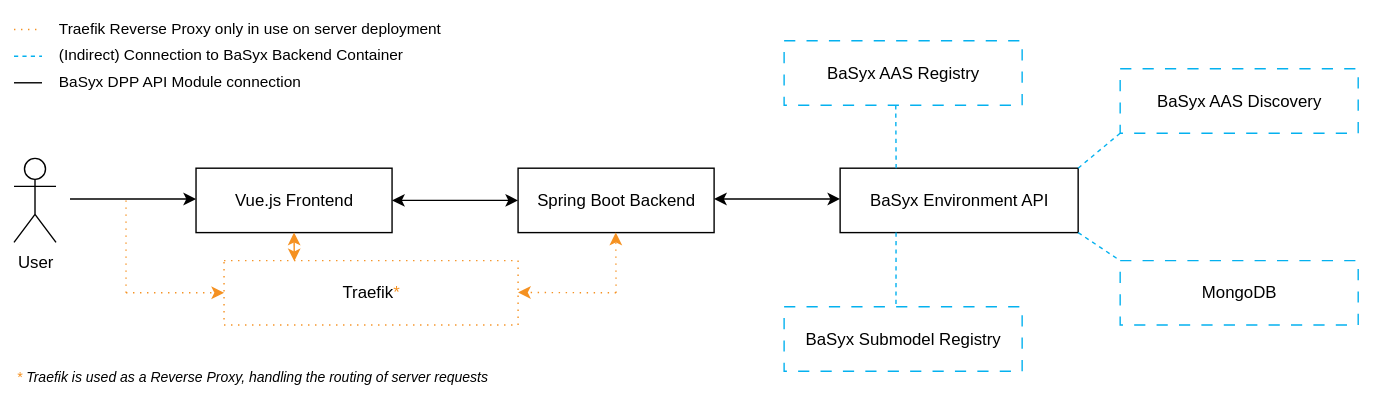
Earlier version of the draw.io export PROJECT/SAS/src/grey-box-view/TINF24F_SAS_Team_6_Grey-Box-View_R10.drawio.svg (DHBW-TINF24F/Team6-BaSyx-DPP-API). Source tidied: cells renumbered, new cells last; positions are measured from the earlier drawing's top-left corner, leaving out a move shared by most shapes.
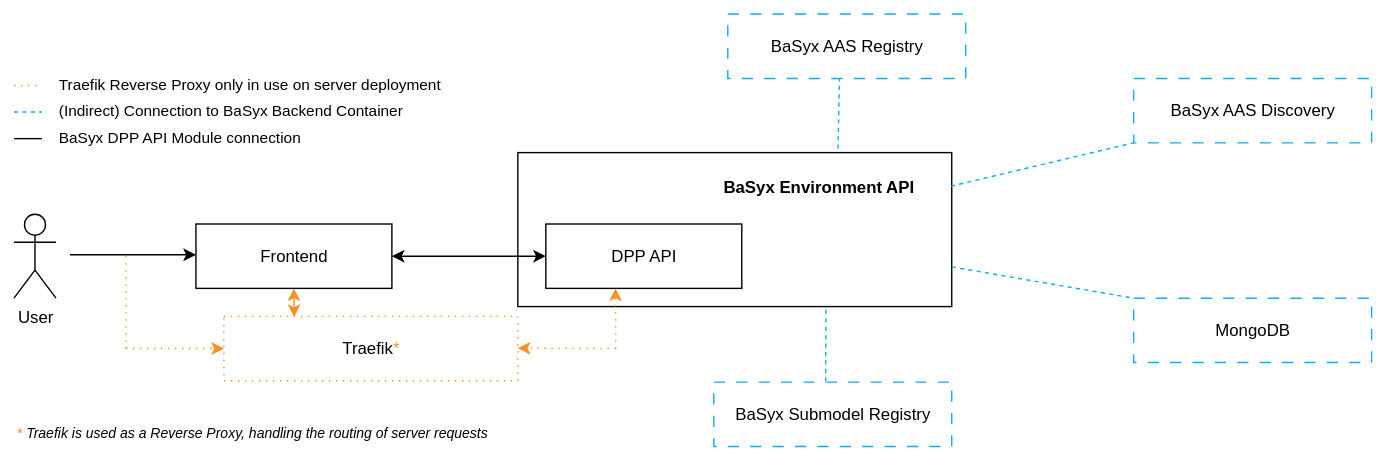
Above is the later version.

Change to the diagram source:
```diff
@@ -2,6 +2,9 @@
   <root>
     <mxCell id="0" />
     <mxCell id="1" parent="0" />
+    <mxCell id="33" style="rounded=0;whiteSpace=wrap;html=1;" parent="1" vertex="1">
+      <mxGeometry x="360" y="59" width="310" height="110" as="geometry" />
+    </mxCell>
     <mxCell id="2" value="User" style="shape=umlActor;verticalLabelPosition=bottom;verticalAlign=top;html=1;" parent="1" vertex="1">
       <mxGeometry y="103" width="30" height="60" as="geometry" />
     </mxCell>
@@ -11,23 +14,15 @@
         <mxPoint x="130" y="132" as="targetPoint" />
       </mxGeometry>
     </mxCell>
-    <mxCell id="4" value="Vue.js Frontend" style="rounded=0;whiteSpace=wrap;html=1;" parent="1" vertex="1">
+    <mxCell id="4" value="Frontend" style="rounded=0;whiteSpace=wrap;html=1;" parent="1" vertex="1">
       <mxGeometry x="130" y="110" width="140" height="46" as="geometry" />
     </mxCell>
     <mxCell id="5" style="endArrow=classic;startArrow=classic;html=1;rounded=0;exitX=1;exitY=0.5;exitDx=0;exitDy=0;entryX=0;entryY=0.5;entryDx=0;entryDy=0;" parent="1" edge="1" source="4" target="6">
       <mxGeometry relative="1" as="geometry" />
     </mxCell>
-    <mxCell id="6" value="Spring Boot Backend" style="rounded=0;whiteSpace=wrap;html=1;" parent="1" vertex="1">
-      <mxGeometry x="360" y="110" width="140" height="46" as="geometry" />
+    <mxCell id="6" value="DPP API" style="rounded=0;whiteSpace=wrap;html=1;" parent="1" vertex="1">
+      <mxGeometry x="380" y="110" width="140" height="46" as="geometry" />
     </mxCell>
-    <mxCell id="7" style="endArrow=classic;startArrow=classic;html=1;rounded=0;entryX=0;entryY=0.478;entryDx=0;entryDy=0;entryPerimeter=0;" parent="1" edge="1" target="8">
-      <mxGeometry relative="1" as="geometry">
-        <mxPoint x="500" y="132" as="sourcePoint" />
-      </mxGeometry>
-    </mxCell>
-    <mxCell id="8" value="BaSyx Environment API" style="rounded=0;whiteSpace=wrap;html=1;" parent="1" vertex="1">
-      <mxGeometry x="590" y="110" width="170" height="46" as="geometry" />
-    </mxCell>
     <mxCell id="9" style="endArrow=none;html=1;rounded=0;shadow=0;flowAnimation=0;curved=0;jumpSize=6;dashed=1;dashPattern=1 4;strokeColor=#F59121;" parent="1" edge="1">
       <mxGeometry relative="1" as="geometry">
         <mxPoint x="80" y="199" as="sourcePoint" />
@@ -58,30 +53,28 @@
     <mxCell id="14" style="endArrow=classic;startArrow=classic;html=1;rounded=0;entryX=0.5;entryY=1;entryDx=0;entryDy=0;exitX=0.239;exitY=0.01;exitDx=0;exitDy=0;exitPerimeter=0;strokeColor=#F59121;" parent="1" edge="1" source="11" target="4">
       <mxGeometry relative="1" as="geometry" />
     </mxCell>
-    <mxCell id="15" style="endArrow=none;dashed=1;html=1;rounded=0;entryX=0.469;entryY=1;entryDx=0;entryDy=0;entryPerimeter=0;strokeColor=#04B1EF;" parent="1" edge="1" target="16">
-      <mxGeometry relative="1" as="geometry">
-        <mxPoint x="630" y="110" as="sourcePoint" />
-      </mxGeometry>
+    <mxCell id="15" style="endArrow=none;dashed=1;html=1;rounded=0;entryX=0.469;entryY=1;entryDx=0;entryDy=0;entryPerimeter=0;strokeColor=#04B1EF;exitX=0.738;exitY=-0.025;exitDx=0;exitDy=0;exitPerimeter=0;" parent="1" edge="1" source="33" target="16">
+      <mxGeometry relative="1" as="geometry" />
     </mxCell>
     <mxCell id="16" value="BaSyx AAS Registry" style="rounded=0;whiteSpace=wrap;html=1;dashed=1;dashPattern=8 8;strokeColor=#04B1EF;" parent="1" vertex="1">
-      <mxGeometry x="550" y="19" width="170" height="46" as="geometry" />
+      <mxGeometry x="510" y="-40" width="170" height="46" as="geometry" />
     </mxCell>
     <mxCell id="17" value="BaSyx AAS Discovery" style="rounded=0;whiteSpace=wrap;html=1;dashed=1;dashPattern=8 8;strokeColor=#04B1EF;" parent="1" vertex="1">
-      <mxGeometry x="790" y="39" width="170" height="46" as="geometry" />
+      <mxGeometry x="800" y="6" width="170" height="46" as="geometry" />
     </mxCell>
     <mxCell id="18" value="BaSyx Submodel Registry" style="rounded=0;whiteSpace=wrap;html=1;dashed=1;dashPattern=8 8;strokeColor=#04B1EF;" parent="1" vertex="1">
-      <mxGeometry x="550" y="209" width="170" height="46" as="geometry" />
+      <mxGeometry x="500" y="223" width="170" height="46" as="geometry" />
     </mxCell>
     <mxCell id="19" value="MongoDB" style="rounded=0;whiteSpace=wrap;html=1;dashed=1;dashPattern=8 8;strokeColor=#04B1EF;" parent="1" vertex="1">
-      <mxGeometry x="790" y="176" width="170" height="46" as="geometry" />
+      <mxGeometry x="800" y="163" width="170" height="46" as="geometry" />
     </mxCell>
-    <mxCell id="20" style="endArrow=none;dashed=1;html=1;rounded=0;entryX=0;entryY=1;entryDx=0;entryDy=0;exitX=1;exitY=0;exitDx=0;exitDy=0;strokeColor=#04B1EF;" parent="1" edge="1" source="8" target="17">
+    <mxCell id="20" style="endArrow=none;dashed=1;html=1;rounded=0;entryX=0;entryY=1;entryDx=0;entryDy=0;exitX=0.998;exitY=0.218;exitDx=0;exitDy=0;strokeColor=#04B1EF;exitPerimeter=0;" parent="1" edge="1" source="33" target="17">
       <mxGeometry relative="1" as="geometry" />
     </mxCell>
-    <mxCell id="21" style="endArrow=none;dashed=1;html=1;rounded=0;entryX=0;entryY=0;entryDx=0;entryDy=0;exitX=1;exitY=1;exitDx=0;exitDy=0;strokeColor=#04B1EF;" parent="1" edge="1" source="8" target="19">
+    <mxCell id="21" style="endArrow=none;dashed=1;html=1;rounded=0;entryX=0;entryY=0;entryDx=0;entryDy=0;strokeColor=#04B1EF;" parent="1" edge="1" source="33" target="19">
       <mxGeometry relative="1" as="geometry" />
     </mxCell>
-    <mxCell id="22" style="endArrow=none;dashed=1;html=1;rounded=0;entryX=0.47;entryY=-0.011;entryDx=0;entryDy=0;exitX=0.235;exitY=1;exitDx=0;exitDy=0;entryPerimeter=0;exitPerimeter=0;strokeColor=#04B1EF;" parent="1" edge="1" source="8" target="18">
+    <mxCell id="22" style="endArrow=none;dashed=1;html=1;rounded=0;entryX=0.47;entryY=-0.011;entryDx=0;entryDy=0;exitX=0.71;exitY=1.022;exitDx=0;exitDy=0;entryPerimeter=0;exitPerimeter=0;strokeColor=#04B1EF;" parent="1" edge="1" source="33" target="18">
       <mxGeometry relative="1" as="geometry" />
     </mxCell>
     <mxCell id="23" style="group;" parent="1" vertex="1">
@@ -123,5 +116,8 @@
     <mxCell id="32" value="Traefik Reverse Proxy only in use on server deployment" style="text;html=1;whiteSpace=wrap;strokeColor=none;fillColor=none;align=left;verticalAlign=middle;rounded=0;fontSize=11;" parent="30" vertex="1">
       <mxGeometry x="30" width="280" height="20" as="geometry" />
     </mxCell>
+    <mxCell id="8" value="BaSyx Environment API" style="text;html=1;whiteSpace=wrap;strokeColor=none;fillColor=none;align=center;verticalAlign=middle;rounded=0;fontStyle=1;" parent="1" vertex="1">
+      <mxGeometry x="490" y="69" width="170" height="30" as="geometry" />
+    </mxCell>
   </root>
 </mxGraphModel>
```
